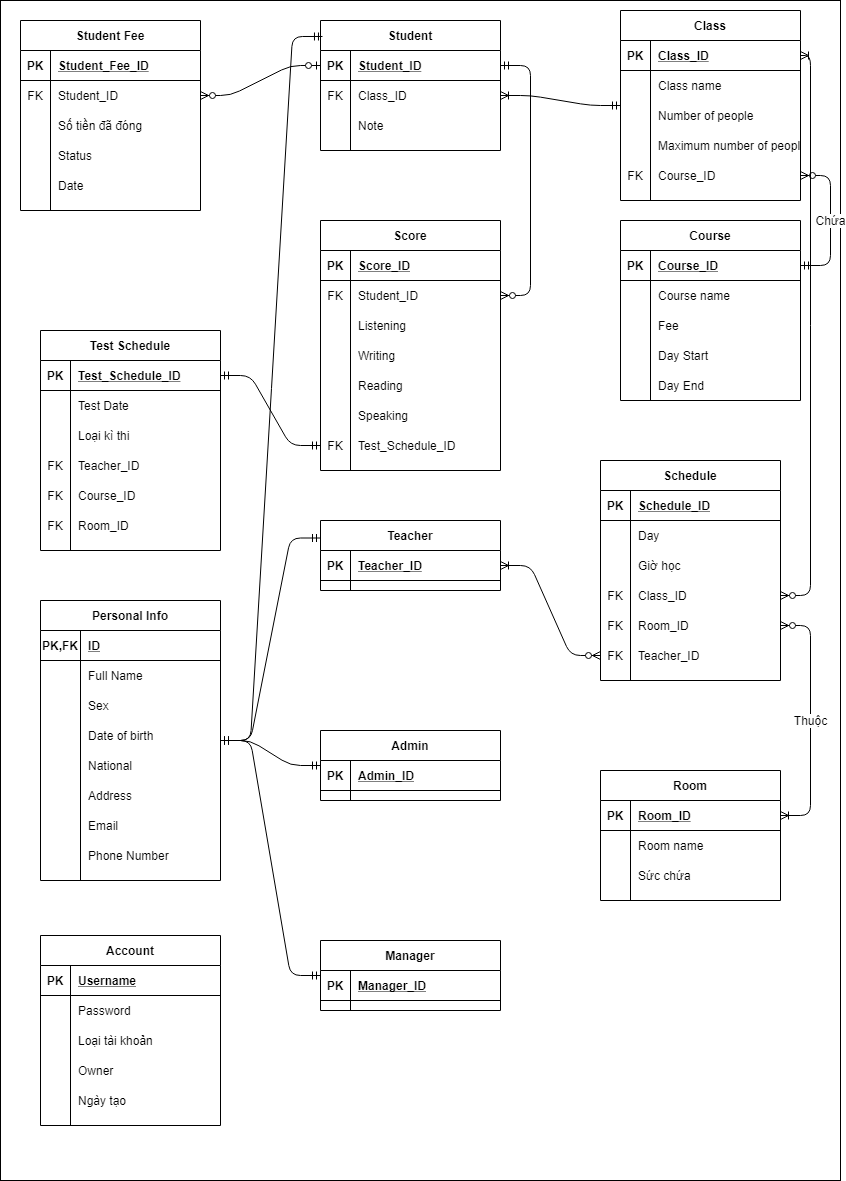
This is ERD QlyHocVienTTAVpng-NguyenThang.png from truongthang2211/QlyHocVienTTAV, a draw.io export, as it was before one commit. Source tidied: cells renumbered, new cells last; positions are measured from the earlier drawing's top-left corner, leaving out a move shared by most shapes.
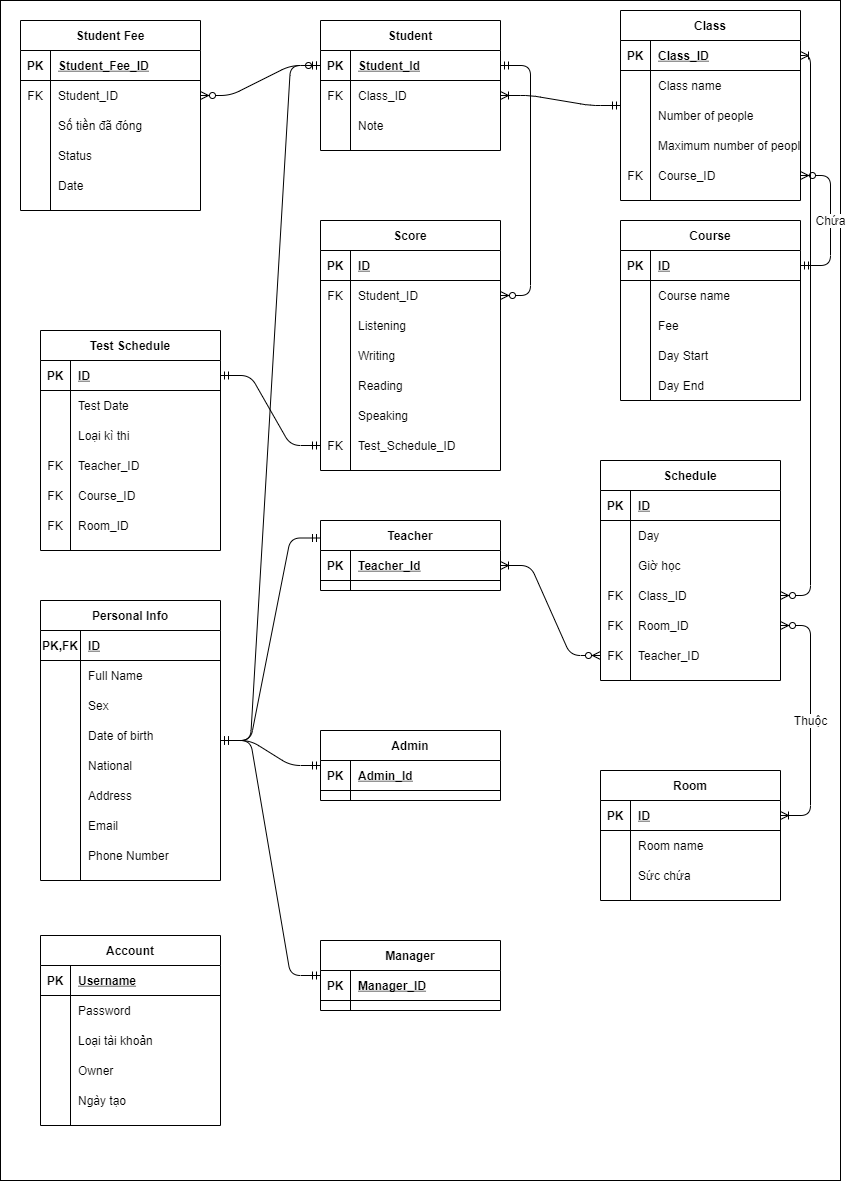
The same diagram one commit later.

Change to the diagram source:
```diff
@@ -14,7 +14,7 @@
     <mxCell id="5" value="PK" style="shape=partialRectangle;fillColor=none;top=0;left=0;bottom=0;right=0;fontStyle=1;overflow=hidden;" parent="4" vertex="1">
       <mxGeometry width="30" height="30" as="geometry" />
     </mxCell>
-    <mxCell id="6" value="Student_ID" style="shape=partialRectangle;fillColor=none;top=0;left=0;bottom=0;right=0;align=left;spacingLeft=6;fontStyle=5;overflow=hidden;" parent="4" vertex="1">
+    <mxCell id="6" value="Student_Id" style="shape=partialRectangle;fillColor=none;top=0;left=0;bottom=0;right=0;align=left;spacingLeft=6;fontStyle=5;overflow=hidden;" parent="4" vertex="1">
       <mxGeometry x="30" width="150" height="30" as="geometry" />
     </mxCell>
     <mxCell id="7" style="shape=partialRectangle;fillColor=none;top=0;left=0;bottom=0;right=0;points=[[0,0.5],[1,0.5]];portConstraint=eastwest;" parent="3" vertex="1">
@@ -44,7 +44,7 @@
     <mxCell id="15" value="PK" style="shape=partialRectangle;fillColor=none;top=0;left=0;bottom=0;right=0;fontStyle=1;overflow=hidden;" parent="14" vertex="1">
       <mxGeometry width="30" height="30" as="geometry" />
     </mxCell>
-    <mxCell id="16" value="Teacher_ID" style="shape=partialRectangle;fillColor=none;top=0;left=0;bottom=0;right=0;align=left;spacingLeft=6;fontStyle=5;overflow=hidden;" parent="14" vertex="1">
+    <mxCell id="16" value="Teacher_Id" style="shape=partialRectangle;fillColor=none;top=0;left=0;bottom=0;right=0;align=left;spacingLeft=6;fontStyle=5;overflow=hidden;" parent="14" vertex="1">
       <mxGeometry x="30" width="150" height="30" as="geometry" />
     </mxCell>
     <mxCell id="17" value="Course" style="shape=table;startSize=30;rowLines=0;fontStyle=1;align=center;" parent="1" vertex="1">
@@ -56,7 +56,7 @@
     <mxCell id="19" value="PK" style="shape=partialRectangle;fillColor=none;top=0;left=0;bottom=0;right=0;fontStyle=1;overflow=hidden;" parent="18" vertex="1">
       <mxGeometry width="30" height="30" as="geometry" />
     </mxCell>
-    <mxCell id="20" value="Course_ID" style="shape=partialRectangle;fillColor=none;top=0;left=0;bottom=0;right=0;align=left;spacingLeft=6;fontStyle=5;overflow=hidden;" parent="18" vertex="1">
+    <mxCell id="20" value="ID" style="shape=partialRectangle;fillColor=none;top=0;left=0;bottom=0;right=0;align=left;spacingLeft=6;fontStyle=5;overflow=hidden;" parent="18" vertex="1">
       <mxGeometry x="30" width="150" height="30" as="geometry" />
     </mxCell>
     <mxCell id="21" style="shape=partialRectangle;fillColor=none;top=0;left=0;bottom=0;right=0;" parent="17" vertex="1">
@@ -152,7 +152,7 @@
     <mxCell id="51" value="PK" style="shape=partialRectangle;fillColor=none;top=0;left=0;bottom=0;right=0;fontStyle=1;overflow=hidden;" parent="50" vertex="1">
       <mxGeometry width="30" height="30" as="geometry" />
     </mxCell>
-    <mxCell id="52" value="Room_ID" style="shape=partialRectangle;fillColor=none;top=0;left=0;bottom=0;right=0;align=left;spacingLeft=6;fontStyle=5;overflow=hidden;" parent="50" vertex="1">
+    <mxCell id="52" value="ID" style="shape=partialRectangle;fillColor=none;top=0;left=0;bottom=0;right=0;align=left;spacingLeft=6;fontStyle=5;overflow=hidden;" parent="50" vertex="1">
       <mxGeometry x="30" width="150" height="30" as="geometry" />
     </mxCell>
     <mxCell id="53" style="shape=partialRectangle;fillColor=none;top=0;left=0;bottom=0;right=0;" parent="49" vertex="1">
@@ -182,7 +182,7 @@
     <mxCell id="61" value="PK" style="shape=partialRectangle;fillColor=none;top=0;left=0;bottom=0;right=0;fontStyle=1;overflow=hidden;" parent="60" vertex="1">
       <mxGeometry width="30" height="30" as="geometry" />
     </mxCell>
-    <mxCell id="62" value="Score_ID" style="shape=partialRectangle;fillColor=none;top=0;left=0;bottom=0;right=0;align=left;spacingLeft=6;fontStyle=5;overflow=hidden;" parent="60" vertex="1">
+    <mxCell id="62" value="ID" style="shape=partialRectangle;fillColor=none;top=0;left=0;bottom=0;right=0;align=left;spacingLeft=6;fontStyle=5;overflow=hidden;" parent="60" vertex="1">
       <mxGeometry x="30" width="150" height="30" as="geometry" />
     </mxCell>
     <mxCell id="63" style="shape=partialRectangle;fillColor=none;top=0;left=0;bottom=0;right=0;points=[[0,0.5],[1,0.5]];portConstraint=eastwest;" parent="59" vertex="1">
@@ -248,7 +248,7 @@
     <mxCell id="83" value="PK" style="shape=partialRectangle;fillColor=none;top=0;left=0;bottom=0;right=0;fontStyle=1;overflow=hidden;" parent="82" vertex="1">
       <mxGeometry width="30" height="30" as="geometry" />
     </mxCell>
-    <mxCell id="84" value="Schedule_ID" style="shape=partialRectangle;fillColor=none;top=0;left=0;bottom=0;right=0;align=left;spacingLeft=6;fontStyle=5;overflow=hidden;" parent="82" vertex="1">
+    <mxCell id="84" value="ID" style="shape=partialRectangle;fillColor=none;top=0;left=0;bottom=0;right=0;align=left;spacingLeft=6;fontStyle=5;overflow=hidden;" parent="82" vertex="1">
       <mxGeometry x="30" width="150" height="30" as="geometry" />
     </mxCell>
     <mxCell id="85" style="shape=partialRectangle;fillColor=none;top=0;left=0;bottom=0;right=0;" parent="81" vertex="1">
@@ -371,7 +371,7 @@
     <mxCell id="124" value="PK" style="shape=partialRectangle;fillColor=none;top=0;left=0;bottom=0;right=0;fontStyle=1;overflow=hidden;" parent="123" vertex="1">
       <mxGeometry width="30" height="30" as="geometry" />
     </mxCell>
-    <mxCell id="125" value="Test_Schedule_ID" style="shape=partialRectangle;fillColor=none;top=0;left=0;bottom=0;right=0;align=left;spacingLeft=6;fontStyle=5;overflow=hidden;" parent="123" vertex="1">
+    <mxCell id="125" value="ID" style="shape=partialRectangle;fillColor=none;top=0;left=0;bottom=0;right=0;align=left;spacingLeft=6;fontStyle=5;overflow=hidden;" parent="123" vertex="1">
       <mxGeometry x="30" width="150" height="30" as="geometry" />
     </mxCell>
     <mxCell id="126" style="shape=partialRectangle;fillColor=none;top=0;left=0;bottom=0;right=0;" parent="122" vertex="1">
@@ -500,7 +500,7 @@
     <mxCell id="167" value="Phone Number" style="shape=partialRectangle;fillColor=none;top=0;left=0;bottom=0;right=0;align=left;spacingLeft=6;overflow=hidden;" parent="165" vertex="1">
       <mxGeometry x="40" width="140" height="30" as="geometry" />
     </mxCell>
-    <mxCell id="168" style="edgeStyle=entityRelationEdgeStyle;fontSize=12;html=1;endArrow=ERmandOne;startArrow=ERmandOne;exitX=0.011;exitY=0.123;exitDx=0;exitDy=0;exitPerimeter=0;" parent="1" edge="1" source="3" target="143">
+    <mxCell id="168" style="edgeStyle=entityRelationEdgeStyle;fontSize=12;html=1;endArrow=ERmandOne;startArrow=ERmandOne;exitX=0;exitY=0.5;exitDx=0;exitDy=0;" parent="1" edge="1" source="4" target="143">
       <mxGeometry relative="1" as="geometry" />
     </mxCell>
     <mxCell id="169" value="Admin" style="shape=table;startSize=30;rowLines=0;fontStyle=1;align=center;" parent="1" vertex="1">
@@ -512,7 +512,7 @@
     <mxCell id="171" value="PK" style="shape=partialRectangle;fillColor=none;top=0;left=0;bottom=0;right=0;fontStyle=1;overflow=hidden;" parent="170" vertex="1">
       <mxGeometry width="30" height="30" as="geometry" />
     </mxCell>
-    <mxCell id="172" value="Admin_ID" style="shape=partialRectangle;fillColor=none;top=0;left=0;bottom=0;right=0;align=left;spacingLeft=6;fontStyle=5;overflow=hidden;" parent="170" vertex="1">
+    <mxCell id="172" value="Admin_Id" style="shape=partialRectangle;fillColor=none;top=0;left=0;bottom=0;right=0;align=left;spacingLeft=6;fontStyle=5;overflow=hidden;" parent="170" vertex="1">
       <mxGeometry x="30" width="150" height="30" as="geometry" />
     </mxCell>
     <mxCell id="173" style="edgeStyle=entityRelationEdgeStyle;fontSize=12;html=1;endArrow=ERmandOne;startArrow=ERmandOne;entryX=0;entryY=0.25;entryDx=0;entryDy=0;" parent="1" edge="1" source="143" target="13">
```
